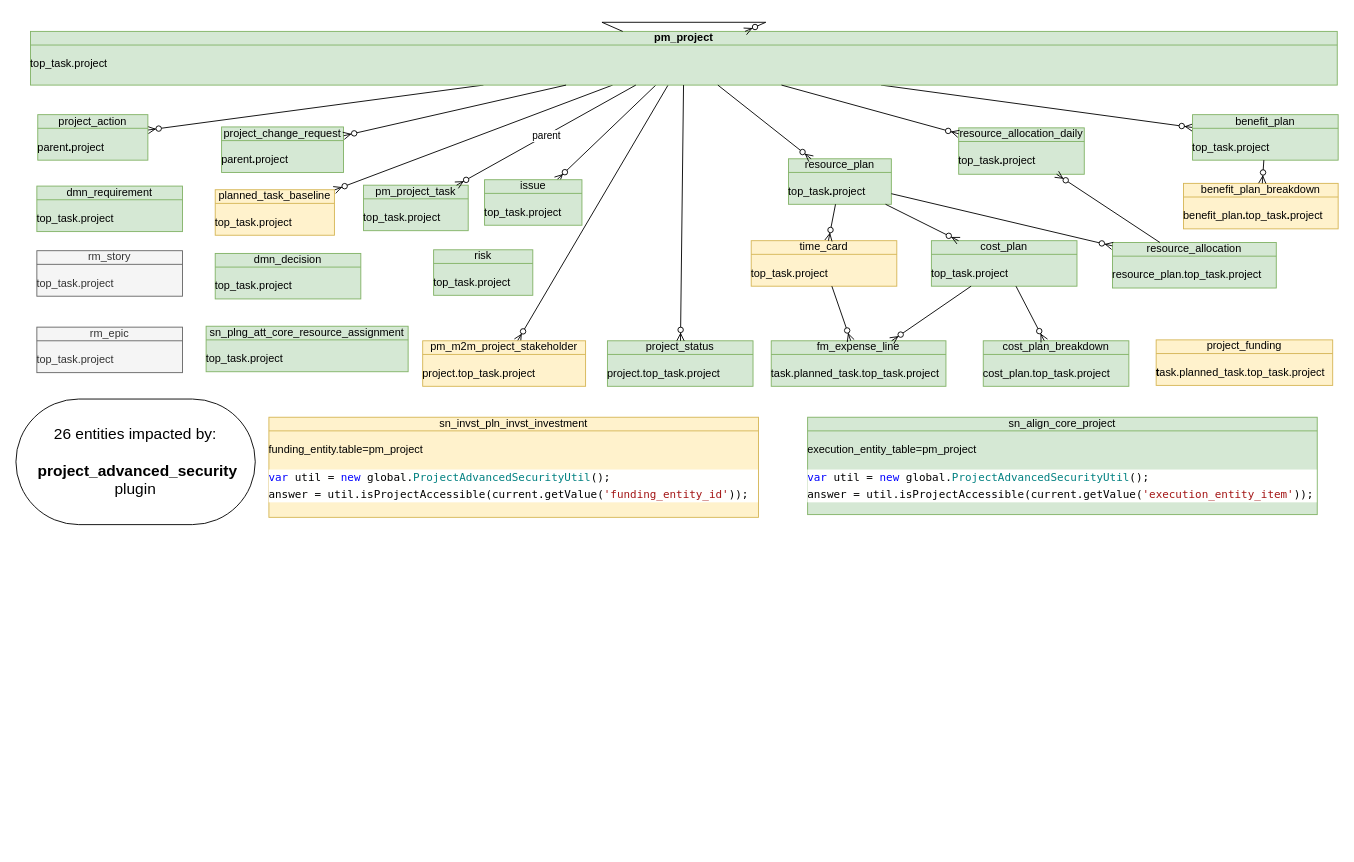
Earlier version of the draw.io diagram page "pluginCheck" (16 of 21) of Sar.drawio (algimas/tmp). Source tidied: cells renumbered, new cells numbered last; positions are measured from the earlier drawing's top-left corner, leaving out a move shared by most shapes. Both pictures are drawn from the tidied source at 91%, with x=0, y=0 at pixel (15, 22).
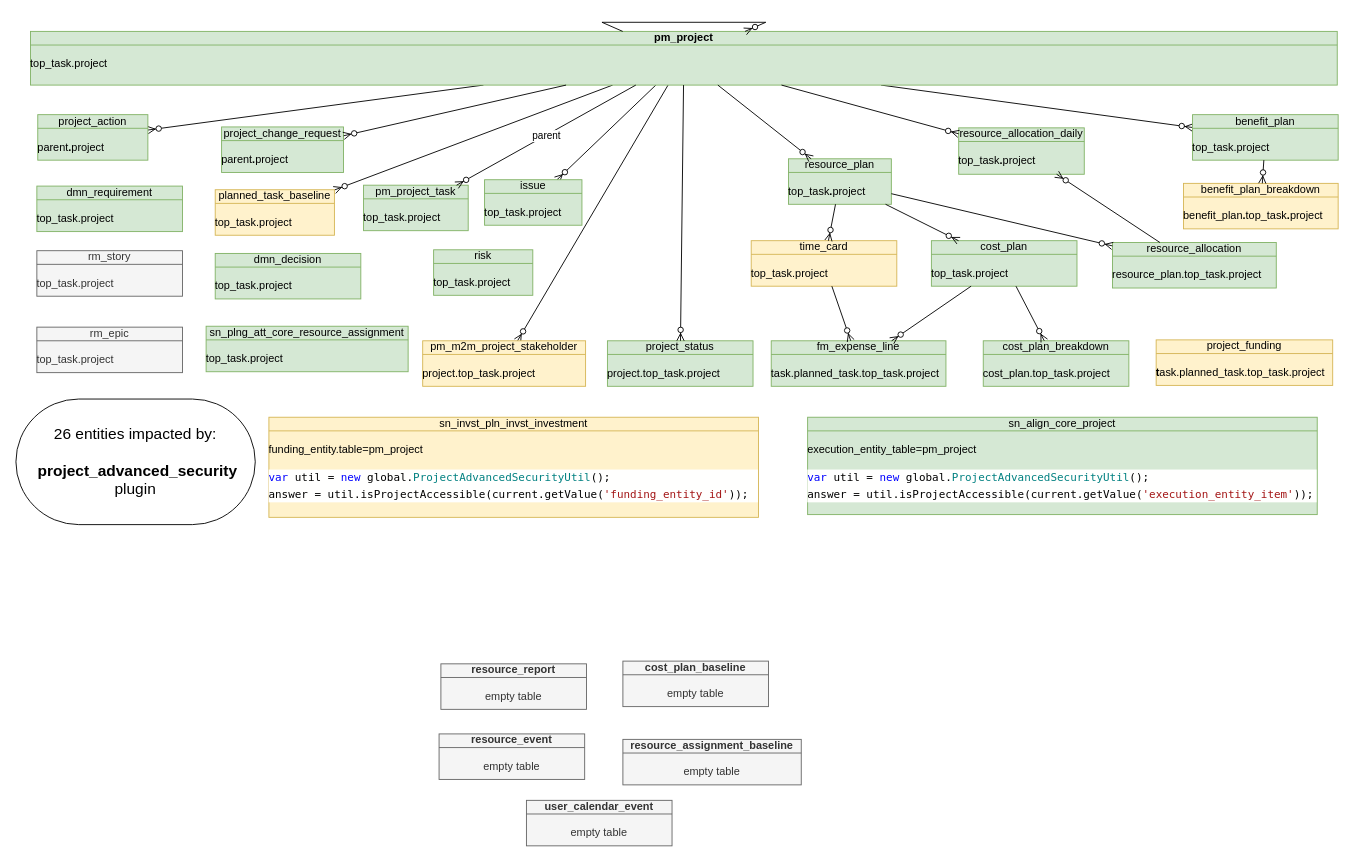
The same page after the edit.

Change to the diagram source:
```diff
@@
+    <mxCell id="49" value="&lt;div&gt;resource_report&lt;/div&gt;&lt;div&gt;&lt;span style=&quot;font-weight: normal;&quot;&gt;&lt;br&gt;&lt;/span&gt;&lt;/div&gt;&lt;div&gt;&lt;span style=&quot;font-weight: normal;&quot;&gt;empty table&lt;/span&gt;&lt;/div&gt;" style="html=1;whiteSpace=wrap;shape=mxgraph.archimate3.businessObject;overflow=fill;fontStyle=1;shadow=0;fillColor=#f5f5f5;strokeColor=#666666;fontColor=#333333;" parent="1" vertex="1">
+      <mxGeometry x="467" y="705" width="160" height="50" as="geometry" />
+    </mxCell>
+    <mxCell id="50" value="&lt;div&gt;resource_event&lt;/div&gt;&lt;div&gt;&lt;span style=&quot;font-weight: normal;&quot;&gt;&lt;br&gt;&lt;/span&gt;&lt;/div&gt;&lt;div&gt;&lt;span style=&quot;font-weight: normal;&quot;&gt;empty table&lt;/span&gt;&lt;/div&gt;" style="html=1;whiteSpace=wrap;shape=mxgraph.archimate3.businessObject;overflow=fill;fontStyle=1;shadow=0;fillColor=#f5f5f5;strokeColor=#666666;fontColor=#333333;" parent="1" vertex="1">
+      <mxGeometry x="465" y="782" width="160" height="50" as="geometry" />
+    </mxCell>
+    <mxCell id="51" value="&lt;div&gt;user_calendar_event&lt;/div&gt;&lt;div&gt;&lt;span style=&quot;font-weight: normal;&quot;&gt;&lt;br&gt;&lt;/span&gt;&lt;/div&gt;&lt;div&gt;&lt;span style=&quot;font-weight: normal;&quot;&gt;empty table&lt;/span&gt;&lt;/div&gt;" style="html=1;whiteSpace=wrap;shape=mxgraph.archimate3.businessObject;overflow=fill;fontStyle=1;shadow=0;fillColor=#f5f5f5;strokeColor=#666666;fontColor=#333333;" parent="1" vertex="1">
+      <mxGeometry x="561" y="855" width="160" height="50" as="geometry" />
+    </mxCell>
+    <mxCell id="52" value="&lt;div&gt;cost_plan_baseline&lt;/div&gt;&lt;div&gt;&lt;span style=&quot;font-weight: normal;&quot;&gt;&lt;br&gt;&lt;/span&gt;&lt;/div&gt;&lt;div&gt;&lt;span style=&quot;font-weight: normal;&quot;&gt;empty table&lt;/span&gt;&lt;/div&gt;" style="html=1;whiteSpace=wrap;shape=mxgraph.archimate3.businessObject;overflow=fill;fontStyle=1;shadow=0;fillColor=#f5f5f5;strokeColor=#666666;fontColor=#333333;" parent="1" vertex="1">
+      <mxGeometry x="667" y="702" width="160" height="50" as="geometry" />
+    </mxCell>
+    <mxCell id="53" value="&lt;div&gt;resource_assignment_baseline&lt;/div&gt;&lt;div&gt;&lt;span style=&quot;font-weight: normal;&quot;&gt;&lt;br&gt;&lt;/span&gt;&lt;/div&gt;&lt;div&gt;&lt;span style=&quot;font-weight: normal;&quot;&gt;empty table&lt;/span&gt;&lt;/div&gt;" style="html=1;whiteSpace=wrap;shape=mxgraph.archimate3.businessObject;overflow=fill;fontStyle=1;shadow=0;fillColor=#f5f5f5;strokeColor=#666666;fontColor=#333333;" parent="1" vertex="1">
+      <mxGeometry x="667" y="788" width="196" height="50" as="geometry" />
+    </mxCell>
```
